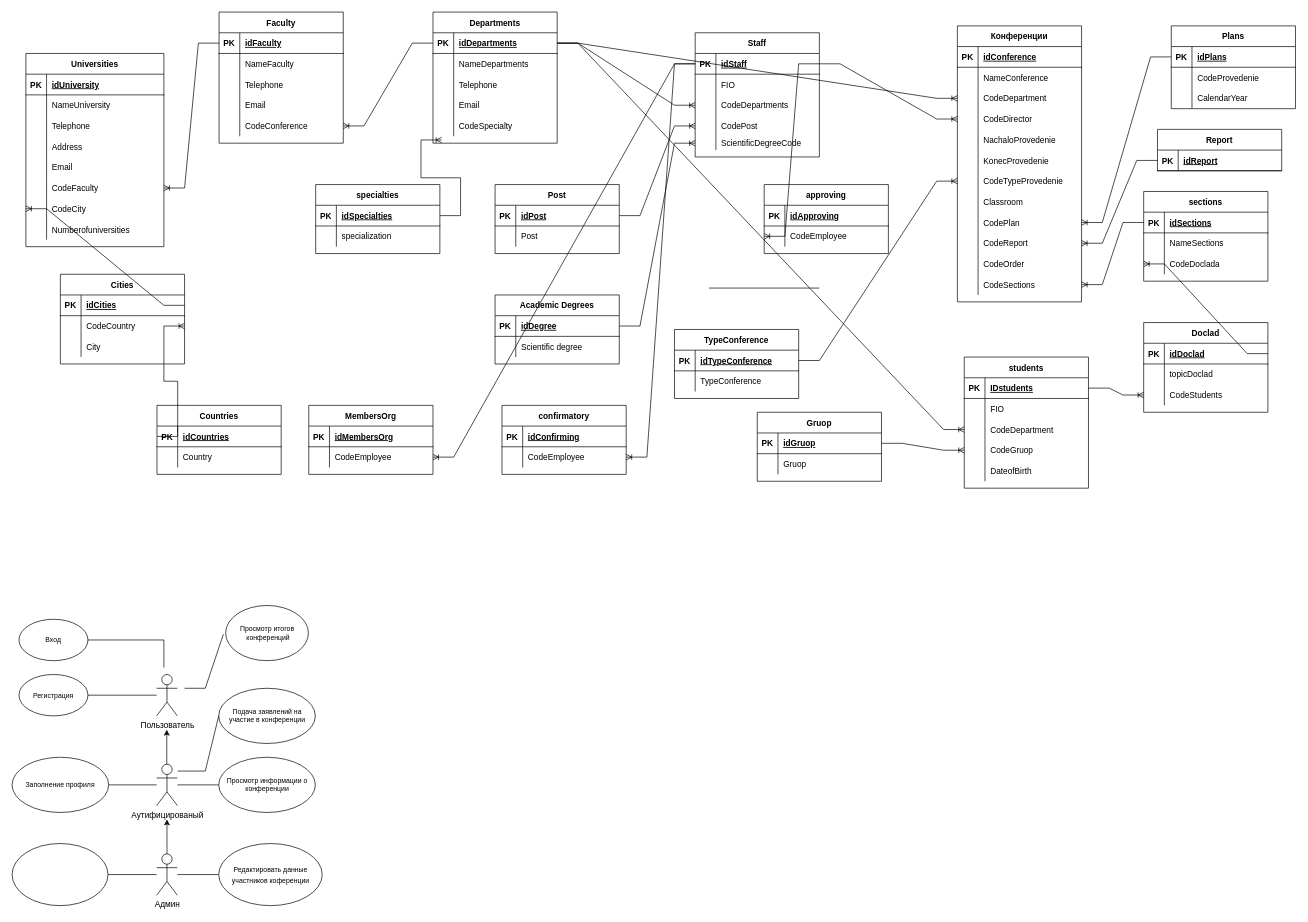
Kirillovq/scientific-Conference keeps this draw.io diagram as Научная конференция.drawio. Above is the earlier version. Source tidied: cells renumbered, new cells numbered last; positions are measured from the earlier drawing's top-left corner, leaving out a move shared by most shapes. Both pictures are drawn from the tidied source at 69%, with x=0, y=0 at pixel (12, 12).
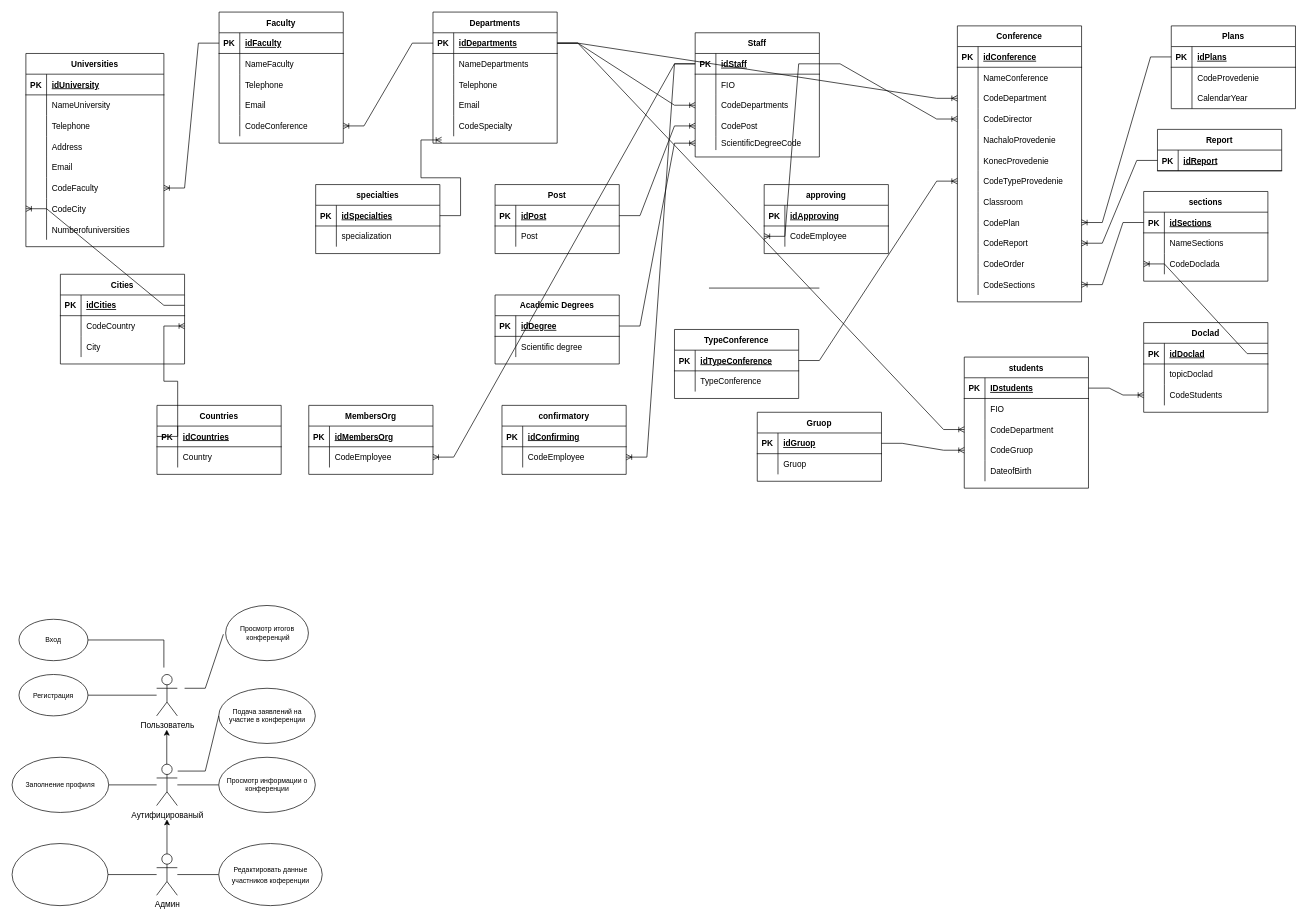
After the change.

What changed in the source:
```diff
@@
-    <mxCell id="2" value="Конференции" style="shape=table;startSize=30;childLayout=tableLayout;rowLines=0;fontStyle=1;align=center;" parent="1" vertex="1">
+    <mxCell id="2" value="Conference" style="shape=table;startSize=30;childLayout=tableLayout;rowLines=0;fontStyle=1;align=center;" parent="1" vertex="1">
       <mxGeometry x="1370" y="20" width="180" height="400" as="geometry" />
     </mxCell>
```
